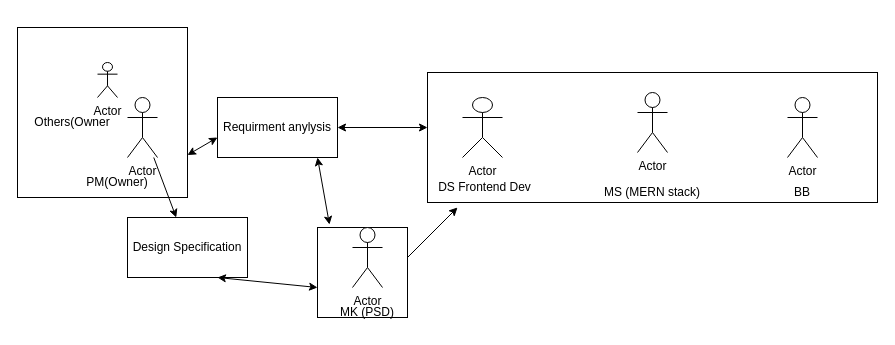
This is sdlcff.dio from fresh-finest/open-api, a draw.io file, before an edit. Source tidied: cells renumbered, new cells numbered last; positions are measured from the earlier drawing's top-left corner, leaving out a move shared by most shapes. Both pictures are drawn from the tidied source at 100%, with x=0, y=0 at pixel (17, 27).
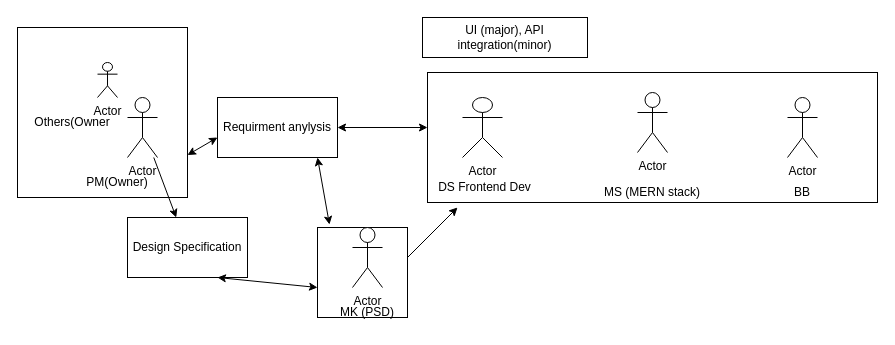
Above is the later version.

The edit, as a diff of the source:
```diff
@@
+    <mxCell id="25" value="UI (major), API integration(minor)" style="rounded=0;whiteSpace=wrap;html=1;" parent="1" vertex="1">
+      <mxGeometry x="405" y="-10" width="165" height="40" as="geometry" />
+    </mxCell>
```
